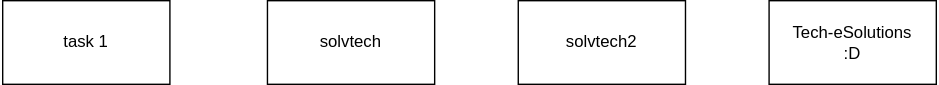
This is systems_analysis/eva2/crear-env-vars-gitbash-windows.drawio.svg from cdvelop/aiep, a draw.io export, as it was before one commit. Source tidied: cells renumbered, new cells last; positions are measured from the earlier drawing's top-left corner, leaving out a move shared by most shapes.
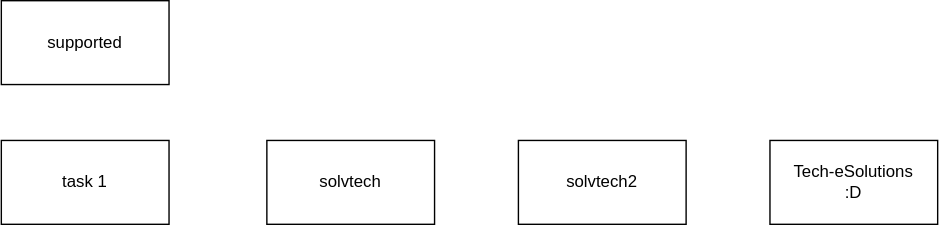
The same diagram one commit later.

The edit, as a diff of the source:
```diff
@@ -14,5 +14,8 @@
     <mxCell id="5" value="&lt;div&gt;Tech-eSolutions&lt;/div&gt;&lt;div&gt;:D&lt;/div&gt;" style="rounded=0;whiteSpace=wrap;html=1;" parent="1" vertex="1">
       <mxGeometry x="550" width="120" height="60" as="geometry" />
     </mxCell>
+    <mxCell id="6" value="supported" style="rounded=0;whiteSpace=wrap;html=1;" parent="1" vertex="1">
+      <mxGeometry y="-100" width="120" height="60" as="geometry" />
+    </mxCell>
   </root>
 </mxGraphModel>
```
